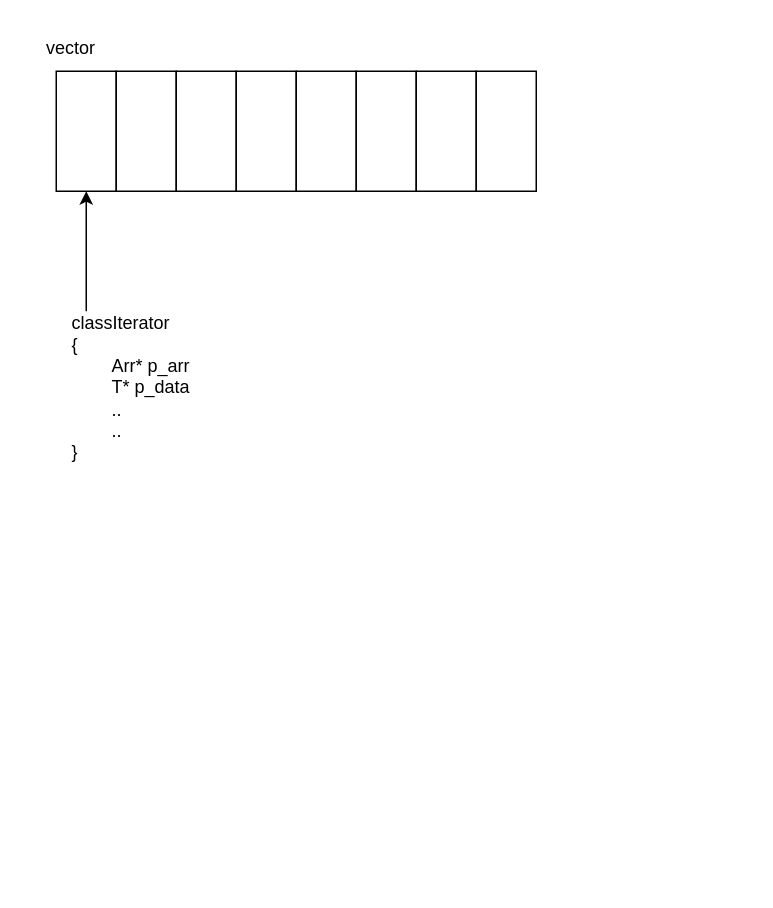
Before: STL.drawio in luke-youngmin-cho/Client_1st, a draw.io diagram. Source tidied: cells renumbered, new cells numbered last; positions are measured from the earlier drawing's top-left corner, leaving out a move shared by most shapes. Both pictures are drawn from the tidied source at 150%, with x=0, y=0 at pixel (26, 26).
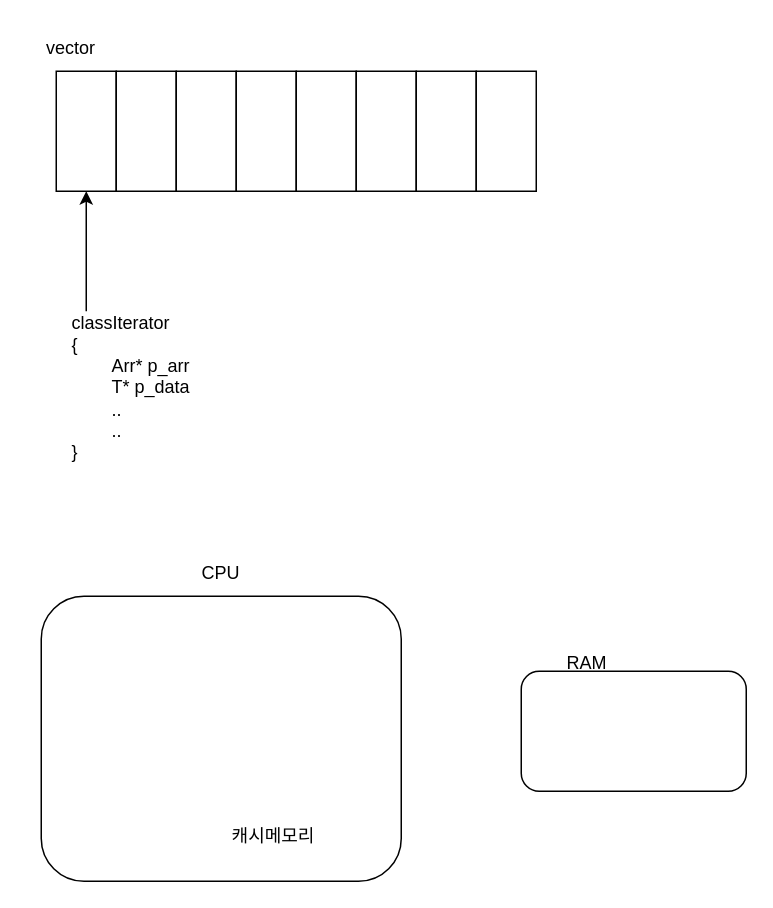
The same diagram, later.

The edit, as a diff of the source:
```diff
@@
 <mxGraphModel>
   <root>
     <mxCell id="0" />
     <mxCell id="1" parent="0" />
     <mxCell id="2" style="rounded=0;whiteSpace=wrap;html=1;" parent="1" vertex="1">
       <mxGeometry x="20" y="30" width="40" height="80" as="geometry" />
     </mxCell>
     <mxCell id="3" style="rounded=0;whiteSpace=wrap;html=1;" parent="1" vertex="1">
       <mxGeometry x="60" y="30" width="40" height="80" as="geometry" />
     </mxCell>
     <mxCell id="4" style="rounded=0;whiteSpace=wrap;html=1;" parent="1" vertex="1">
       <mxGeometry x="100" y="30" width="40" height="80" as="geometry" />
     </mxCell>
     <mxCell id="5" style="rounded=0;whiteSpace=wrap;html=1;" parent="1" vertex="1">
       <mxGeometry x="140" y="30" width="40" height="80" as="geometry" />
     </mxCell>
     <mxCell id="6" style="rounded=0;whiteSpace=wrap;html=1;" parent="1" vertex="1">
       <mxGeometry x="180" y="30" width="40" height="80" as="geometry" />
     </mxCell>
     <mxCell id="7" style="rounded=0;whiteSpace=wrap;html=1;" parent="1" vertex="1">
       <mxGeometry x="220" y="30" width="40" height="80" as="geometry" />
     </mxCell>
     <mxCell id="8" style="rounded=0;whiteSpace=wrap;html=1;" parent="1" vertex="1">
       <mxGeometry x="260" y="30" width="40" height="80" as="geometry" />
     </mxCell>
     <mxCell id="9" style="rounded=0;whiteSpace=wrap;html=1;" parent="1" vertex="1">
       <mxGeometry x="300" y="30" width="40" height="80" as="geometry" />
     </mxCell>
     <mxCell id="10" value="vector" style="text;html=1;strokeColor=none;fillColor=none;align=center;verticalAlign=middle;whiteSpace=wrap;rounded=0;" parent="1" vertex="1">
       <mxGeometry width="60" height="30" as="geometry" />
     </mxCell>
     <mxCell id="11" style="endArrow=classic;html=1;rounded=0;entryX=0.5;entryY=1;entryDx=0;entryDy=0;" parent="1" edge="1" target="2">
       <mxGeometry relative="1" as="geometry">
         <mxPoint x="40" y="190" as="sourcePoint" />
       </mxGeometry>
     </mxCell>
     <mxCell id="12" value="&lt;div style=&quot;text-align: left&quot;&gt;&lt;span&gt;classIterator&lt;/span&gt;&lt;/div&gt;&lt;div style=&quot;text-align: left&quot;&gt;&lt;span&gt;{&lt;/span&gt;&lt;/div&gt;&lt;div style=&quot;text-align: left&quot;&gt;&lt;span&gt;&lt;span style=&quot;white-space: pre&quot;&gt;&#9;&lt;/span&gt;Arr* p_arr&lt;br&gt;&lt;/span&gt;&lt;/div&gt;&lt;div style=&quot;text-align: left&quot;&gt;&lt;span&gt;&lt;span style=&quot;white-space: pre&quot;&gt;&#9;&lt;/span&gt;T* p_data&lt;br&gt;&lt;/span&gt;&lt;/div&gt;&lt;div style=&quot;text-align: left&quot;&gt;&lt;span style=&quot;white-space: pre&quot;&gt;&#9;&lt;/span&gt;..&lt;br&gt;&lt;/div&gt;&lt;div style=&quot;text-align: left&quot;&gt;&lt;span style=&quot;white-space: pre&quot;&gt;&#9;&lt;/span&gt;..&lt;br&gt;&lt;/div&gt;&lt;div style=&quot;text-align: left&quot;&gt;&lt;span&gt;}&lt;/span&gt;&lt;/div&gt;" style="text;html=1;strokeColor=none;fillColor=none;align=center;verticalAlign=middle;whiteSpace=wrap;rounded=0;" parent="1" vertex="1">
       <mxGeometry y="192" width="140" height="98" as="geometry" />
     </mxCell>
+    <mxCell id="13" style="rounded=1;whiteSpace=wrap;html=1;" parent="1" vertex="1">
+      <mxGeometry x="10" y="380" width="240" height="190" as="geometry" />
+    </mxCell>
+    <mxCell id="14" value="CPU" style="text;html=1;strokeColor=none;fillColor=none;align=center;verticalAlign=middle;whiteSpace=wrap;rounded=0;" parent="1" vertex="1">
+      <mxGeometry x="100" y="350" width="60" height="30" as="geometry" />
+    </mxCell>
+    <mxCell id="15" value="캐시메모리" style="text;html=1;strokeColor=none;fillColor=none;align=center;verticalAlign=middle;whiteSpace=wrap;rounded=0;" parent="1" vertex="1">
+      <mxGeometry x="90" y="520" width="150" height="40" as="geometry" />
+    </mxCell>
+    <mxCell id="16" style="rounded=1;whiteSpace=wrap;html=1;" parent="1" vertex="1">
+      <mxGeometry x="330" y="430" width="150" height="80" as="geometry" />
+    </mxCell>
+    <mxCell id="17" value="RAM" style="text;html=1;strokeColor=none;fillColor=none;align=center;verticalAlign=middle;whiteSpace=wrap;rounded=0;" parent="1" vertex="1">
+      <mxGeometry x="344" y="410" width="60" height="30" as="geometry" />
+    </mxCell>
   </root>
 </mxGraphModel>
```
